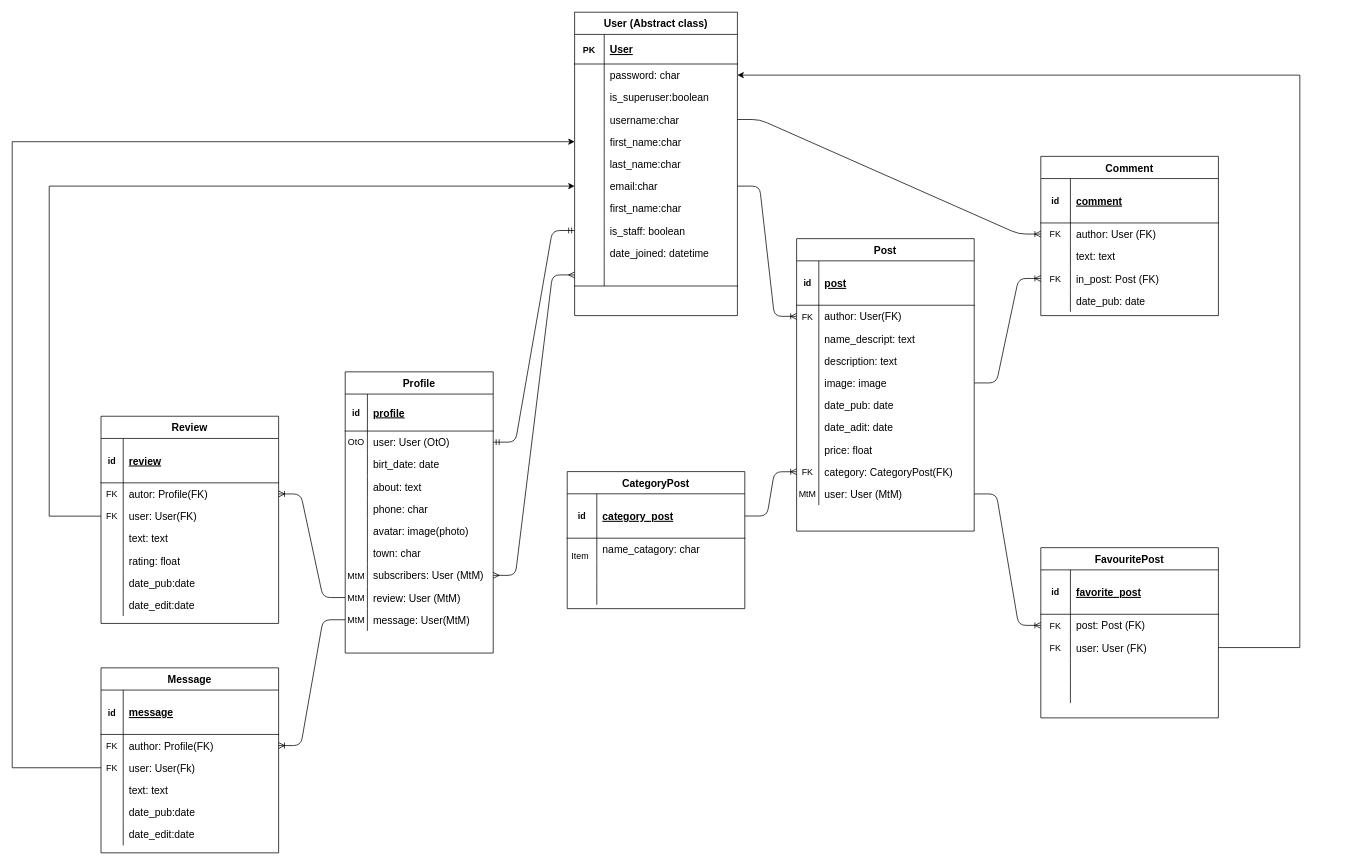
DuDaria/Backend_3_module keeps this draw.io diagram as diagram/Diagram.drawio. Above is the earlier version. Source tidied: cells renumbered, new cells numbered last; positions are measured from the earlier drawing's top-left corner, leaving out a move shared by most shapes. Both pictures are drawn from the tidied source at 74%, with x=0, y=0 at pixel (12, 12).
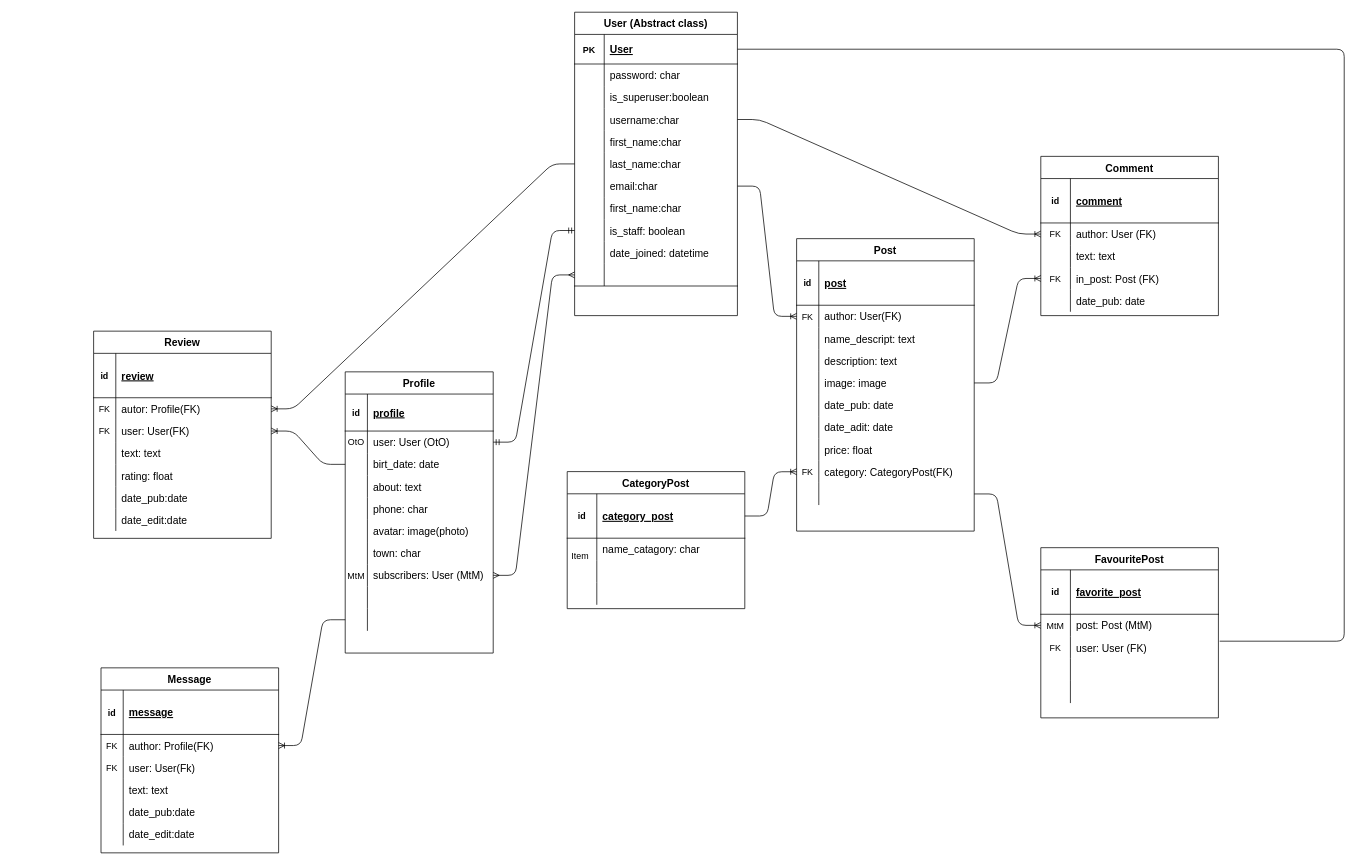
After the change.

Unchanged cells that the change refers to:
```xml
<mxCell id="9" style="shape=partialRectangle;fillColor=none;top=0;left=0;bottom=0;right=0;points=[[0,0.5],[1,0.5]];portConstraint=eastwest;" parent="2" vertex="1">
  <mxGeometry y="110" width="200" height="30" as="geometry" />
</mxCell>
<mxCell id="27" style="shape=partialRectangle;fillColor=none;top=0;left=0;bottom=0;right=0;points=[[0,0.5],[1,0.5]];portConstraint=eastwest;" parent="2" vertex="1">
  <mxGeometry y="290" width="200" height="30" as="geometry" />
</mxCell>
<mxCell id="30" style="shape=partialRectangle;fillColor=none;top=0;left=0;bottom=0;right=0;points=[[0,0.5],[1,0.5]];portConstraint=eastwest;" parent="2" vertex="1">
  <mxGeometry y="320" width="200" height="30" as="geometry" />
</mxCell>
<mxCell id="40" style="shape=partialRectangle;fillColor=none;top=0;left=0;bottom=0;right=0;points=[[0,0.5],[1,0.5]];portConstraint=eastwest;" parent="33" vertex="1">
  <mxGeometry y="120" width="240" height="30" as="geometry" />
</mxCell>
<mxCell id="53" style="shape=partialRectangle;fillColor=none;top=0;left=0;bottom=1;right=0;points=[[0,0.5],[1,0.5]];portConstraint=eastwest;" parent="52" vertex="1">
  <mxGeometry y="30" width="220" height="40" as="geometry" />
</mxCell>
<mxCell id="56" style="shape=partialRectangle;fillColor=none;top=0;left=0;bottom=0;right=0;points=[[0,0.5],[1,0.5]];portConstraint=eastwest;" parent="52" vertex="1">
  <mxGeometry y="70" width="220" height="30" as="geometry" />
</mxCell>
<mxCell id="65" style="shape=partialRectangle;fillColor=none;top=0;left=0;bottom=0;right=0;points=[[0,0.5],[1,0.5]];portConstraint=eastwest;" parent="52" vertex="1">
  <mxGeometry y="160" width="220" height="30" as="geometry" />
</mxCell>
<mxCell id="68" style="shape=partialRectangle;fillColor=none;top=0;left=0;bottom=0;right=0;points=[[0,0.5],[1,0.5]];portConstraint=eastwest;" parent="52" vertex="1">
  <mxGeometry y="190" width="220" height="30" as="geometry" />
</mxCell>
<mxCell id="71" style="shape=partialRectangle;fillColor=none;top=0;left=0;bottom=0;right=0;points=[[0,0.5],[1,0.5]];portConstraint=eastwest;" parent="52" vertex="1">
  <mxGeometry y="220" width="220" height="30" as="geometry" />
</mxCell>
<mxCell id="119" style="shape=partialRectangle;fillColor=none;top=0;left=0;bottom=0;right=0;points=[[0,0.5],[1,0.5]];portConstraint=eastwest;" parent="115" vertex="1">
  <mxGeometry y="90" width="240" height="30" as="geometry" />
</mxCell>
<mxCell id="122" style="shape=partialRectangle;fillColor=none;top=0;left=0;bottom=0;right=0;points=[[0,0.5],[1,0.5]];portConstraint=eastwest;" parent="115" vertex="1">
  <mxGeometry y="120" width="240" height="30" as="geometry" />
</mxCell>
<mxCell id="141" style="shape=partialRectangle;fillColor=none;top=0;left=0;bottom=0;right=0;points=[[0,0.5],[1,0.5]];portConstraint=eastwest;" parent="137" vertex="1">
  <mxGeometry y="90" width="240" height="30" as="geometry" />
</mxCell>
<mxCell id="144" style="shape=partialRectangle;fillColor=none;top=0;left=0;bottom=0;right=0;points=[[0,0.5],[1,0.5]];portConstraint=eastwest;" parent="137" vertex="1">
  <mxGeometry y="120" width="240" height="30" as="geometry" />
</mxCell>
<mxCell id="187" style="shape=partialRectangle;fillColor=none;top=0;left=0;bottom=0;right=0;points=[[0,0.5],[1,0.5]];portConstraint=eastwest;" parent="159" vertex="1">
  <mxGeometry y="330" width="240" height="30" as="geometry" />
</mxCell>
```

What changed in the source:
```diff
@@
-    <mxCell id="28" value="MtM" style="shape=partialRectangle;fillColor=none;top=0;left=0;bottom=0;right=0;overflow=hidden;" parent="27" vertex="1">
+    <mxCell id="28" style="shape=partialRectangle;fillColor=none;top=0;left=0;bottom=0;right=0;overflow=hidden;" parent="27" vertex="1">
       <mxGeometry width="30" height="30" as="geometry" />
     </mxCell>
-    <mxCell id="29" value="review: User (MtM)" style="shape=partialRectangle;fillColor=none;top=0;left=0;bottom=0;right=0;align=left;spacingLeft=6;overflow=hidden;fontSize=14;" parent="27" vertex="1">
+    <mxCell id="29" style="shape=partialRectangle;fillColor=none;top=0;left=0;bottom=0;right=0;align=left;spacingLeft=6;overflow=hidden;fontSize=14;" parent="27" vertex="1">
       <mxGeometry x="30" width="170" height="30" as="geometry" />
     </mxCell>
@@
-    <mxCell id="31" value="MtM" style="shape=partialRectangle;fillColor=none;top=0;left=0;bottom=0;right=0;overflow=hidden;" parent="30" vertex="1">
+    <mxCell id="31" style="shape=partialRectangle;fillColor=none;top=0;left=0;bottom=0;right=0;overflow=hidden;" parent="30" vertex="1">
       <mxGeometry width="30" height="30" as="geometry" />
     </mxCell>
-    <mxCell id="32" value="message: User(MtM)" style="shape=partialRectangle;fillColor=none;top=0;left=0;bottom=0;right=0;align=left;spacingLeft=6;overflow=hidden;fontSize=14;" parent="30" vertex="1">
+    <mxCell id="32" style="shape=partialRectangle;fillColor=none;top=0;left=0;bottom=0;right=0;align=left;spacingLeft=6;overflow=hidden;fontSize=14;" parent="30" vertex="1">
       <mxGeometry x="30" width="170" height="30" as="geometry" />
     </mxCell>
@@
-    <mxCell id="120" value="FK" style="shape=partialRectangle;fillColor=none;top=0;left=0;bottom=0;right=0;overflow=hidden;" parent="119" vertex="1">
+    <mxCell id="120" value="MtM" style="shape=partialRectangle;fillColor=none;top=0;left=0;bottom=0;right=0;overflow=hidden;" parent="119" vertex="1">
       <mxGeometry width="40" height="30" as="geometry" />
     </mxCell>
-    <mxCell id="121" value="post: Post (FK)" style="shape=partialRectangle;fillColor=none;top=0;left=0;bottom=0;right=0;align=left;spacingLeft=6;overflow=hidden;fontSize=14;" parent="119" vertex="1">
+    <mxCell id="121" value="post: Post (MtM)" style="shape=partialRectangle;fillColor=none;top=0;left=0;bottom=0;right=0;align=left;spacingLeft=6;overflow=hidden;fontSize=14;" parent="119" vertex="1">
       <mxGeometry x="40" width="200" height="30" as="geometry" />
     </mxCell>
@@
     <mxCell id="137" value="Review" style="shape=table;startSize=30;childLayout=tableLayout;rowLines=0;fontStyle=1;align=center;fontSize=14;" parent="1" vertex="1">
-      <mxGeometry x="120" y="546" width="240" height="280" as="geometry" />
+      <mxGeometry x="110" y="431" width="240" height="280" as="geometry" />
     </mxCell>
@@
-    <mxCell id="188" value="MtM" style="shape=partialRectangle;fillColor=none;top=0;left=0;bottom=0;right=0;overflow=hidden;" parent="187" vertex="1">
+    <mxCell id="188" style="shape=partialRectangle;fillColor=none;top=0;left=0;bottom=0;right=0;overflow=hidden;" parent="187" vertex="1">
       <mxGeometry width="30" height="30" as="geometry" />
     </mxCell>
-    <mxCell id="189" value="user: User (MtM)" style="shape=partialRectangle;fillColor=none;top=0;left=0;bottom=0;right=0;align=left;spacingLeft=6;overflow=hidden;fontSize=14;" parent="187" vertex="1">
+    <mxCell id="189" style="shape=partialRectangle;fillColor=none;top=0;left=0;bottom=0;right=0;align=left;spacingLeft=6;overflow=hidden;fontSize=14;" parent="187" vertex="1">
       <mxGeometry x="30" width="210" height="30" as="geometry" />
     </mxCell>
-    <mxCell id="190" style="edgeStyle=entityRelationEdgeStyle;fontSize=12;html=1;endArrow=ERoneToMany;exitX=0;exitY=0.5;exitDx=0;exitDy=0;entryX=1;entryY=0.5;entryDx=0;entryDy=0;" parent="1" edge="1" source="27" target="141">
+    <mxCell id="190" style="edgeStyle=entityRelationEdgeStyle;fontSize=12;html=1;endArrow=ERoneToMany;exitX=0;exitY=0.5;exitDx=0;exitDy=0;" parent="1" edge="1" source="9" target="144">
       <mxGeometry relative="1" as="geometry" />
     </mxCell>
-    <mxCell id="191" style="edgeStyle=orthogonalEdgeStyle;rounded=0;jettySize=auto;html=1;exitX=0;exitY=0.5;exitDx=0;exitDy=0;entryX=0;entryY=0.5;entryDx=0;entryDy=0;" parent="1" edge="1" source="40" target="65">
-      <mxGeometry relative="1" as="geometry">
-        <Array as="points">
-          <mxPoint y="1021" />
-          <mxPoint y="175" />
-        </Array>
-      </mxGeometry>
-    </mxCell>
-    <mxCell id="192" style="edgeStyle=orthogonalEdgeStyle;rounded=0;jettySize=auto;html=1;entryX=0;entryY=0.5;entryDx=0;entryDy=0;" parent="1" edge="1" target="71">
-      <mxGeometry relative="1" as="geometry">
-        <mxPoint x="120" y="681" as="sourcePoint" />
-        <Array as="points">
-          <mxPoint x="120" y="681" />
-          <mxPoint x="50" y="681" />
-          <mxPoint x="50" y="235" />
-        </Array>
-      </mxGeometry>
-    </mxCell>
-    <mxCell id="193" style="edgeStyle=orthogonalEdgeStyle;rounded=0;jettySize=auto;html=1;exitX=1;exitY=0.5;exitDx=0;exitDy=0;entryX=1;entryY=0.5;entryDx=0;entryDy=0;" parent="1" edge="1" source="122" target="56">
-      <mxGeometry relative="1" as="geometry">
-        <Array as="points">
-          <mxPoint x="1740" y="859" />
-          <mxPoint x="1740" y="85" />
-        </Array>
-      </mxGeometry>
-    </mxCell>
@@
+    <mxCell id="198" style="edgeStyle=entityRelationEdgeStyle;fontSize=12;html=1;endArrow=ERoneToMany;exitX=0;exitY=0.5;exitDx=0;exitDy=0;entryX=1;entryY=0.5;entryDx=0;entryDy=0;" parent="1" edge="1" source="68" target="141">
+      <mxGeometry relative="1" as="geometry" />
+    </mxCell>
+    <mxCell id="199" style="endArrow=none;html=1;exitX=1.007;exitY=0.212;exitDx=0;exitDy=0;exitPerimeter=0;entryX=1;entryY=0.5;entryDx=0;entryDy=0;" parent="1" edge="1" source="122" target="53">
+      <mxGeometry relative="1" as="geometry">
+        <Array as="points">
+          <mxPoint x="1800" y="850" />
+          <mxPoint x="1800" y="50" />
+        </Array>
+      </mxGeometry>
+    </mxCell>
```
